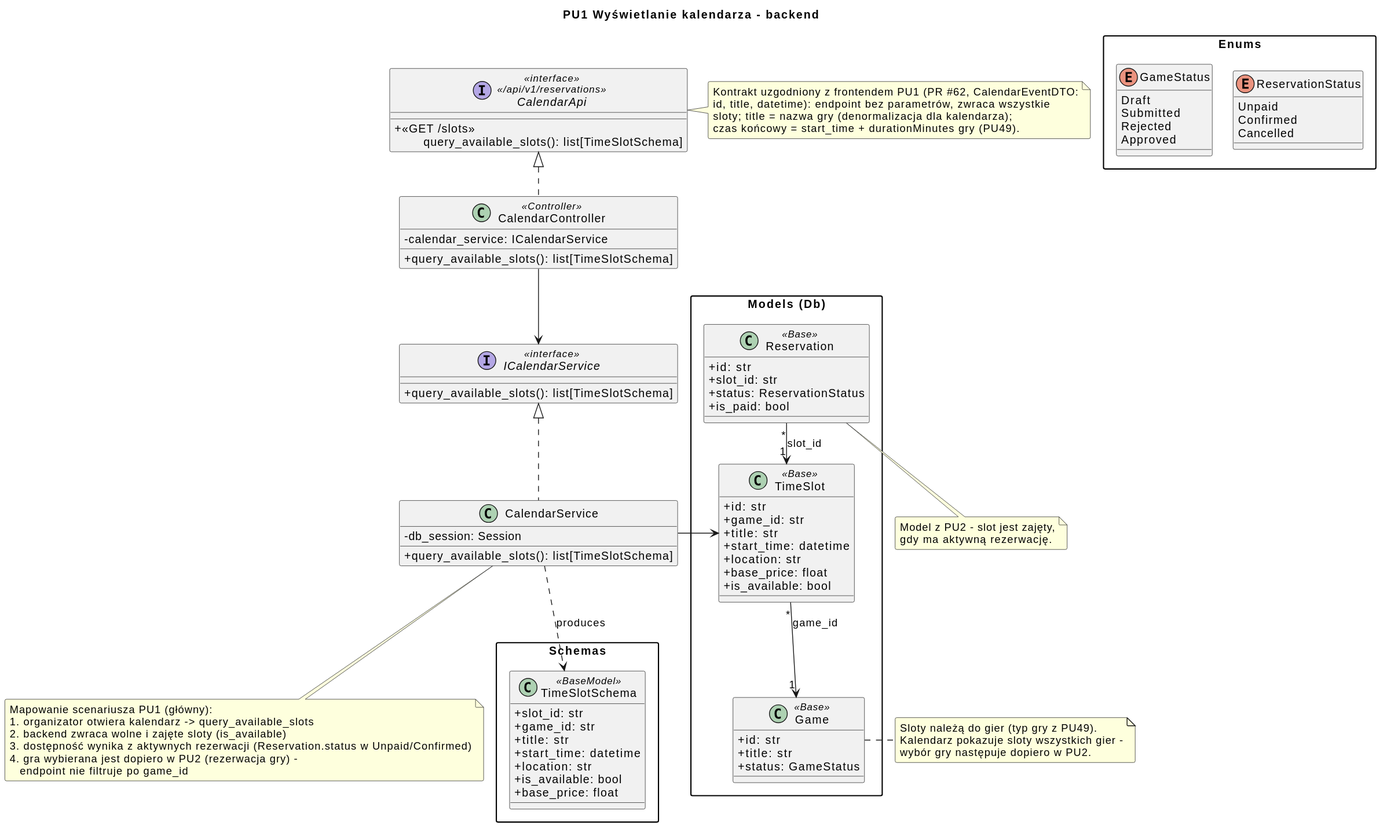
This is diagrams/backend/rendered/calendar.svg from Igor-Ochocki/POP-2026Z, a PlantUML export, as it was before one commit.
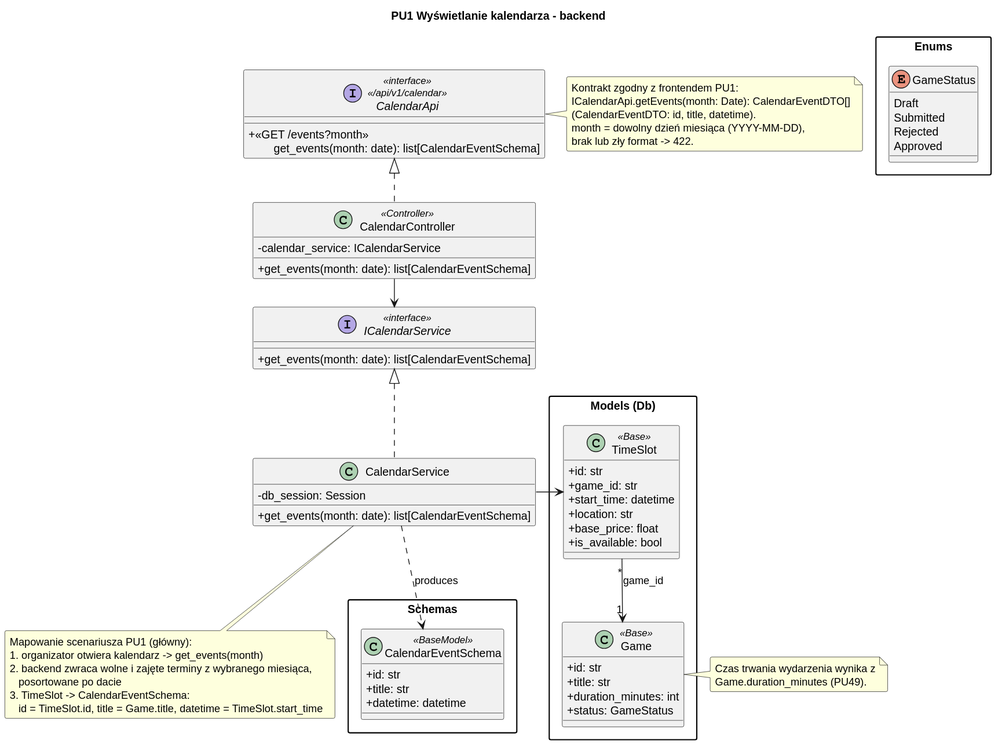
After the change.

Commit message:
Backend PU1: GET /calendar/events?month zgodny z ICalendarApi frontendu

Diff of the diagram source:
```diff
@@ -9,33 +9,29 @@
 
 title PU1 Wyświetlanie kalendarza - backend
 
-interface CalendarApi <<interface>>\n<< /api/v1/reservations >> {
-    + <<GET /slots >>\n\tquery_available_slots(): list[TimeSlotSchema]
+interface CalendarApi <<interface>>\n<< /api/v1/calendar >> {
+    + <<GET /events?month >>\n\tget_events(month: date): list[CalendarEventSchema]
 }
 
 class CalendarController <<Controller>> {
     - calendar_service: ICalendarService
-    + query_available_slots(): list[TimeSlotSchema]
+    + get_events(month: date): list[CalendarEventSchema]
 }
 
 interface ICalendarService <<interface>> {
-    + query_available_slots(): list[TimeSlotSchema]
+    + get_events(month: date): list[CalendarEventSchema]
 }
 
 class CalendarService {
     - db_session: Session
-    + query_available_slots(): list[TimeSlotSchema]
+    + get_events(month: date): list[CalendarEventSchema]
 }
 
 package "Schemas" {
-    class TimeSlotSchema <<BaseModel>> {
-        + slot_id: str
-        + game_id: str
+    class CalendarEventSchema <<BaseModel>> {
+        + id: str
         + title: str
-        + start_time: datetime
-        + location: str
-        + is_available: bool
-        + base_price: float
+        + datetime: datetime
     }
 }
 
@@ -43,24 +39,17 @@
     class Game <<Base>> {
         + id: str
         + title: str
+        + duration_minutes: int
         + status: GameStatus
     }
 
     class TimeSlot <<Base>> {
         + id: str
         + game_id: str
-        + title: str
         + start_time: datetime
         + location: str
         + base_price: float
         + is_available: bool
-    }
-
-    class Reservation <<Base>> {
-        + id: str
-        + slot_id: str
-        + status: ReservationStatus
-        + is_paid: bool
     }
 }
 
@@ -71,48 +60,36 @@
         Rejected
         Approved
     }
-
-    enum ReservationStatus {
-        Unpaid
-        Confirmed
-        Cancelled
-    }
 }
 
 CalendarController .up.|> CalendarApi
 CalendarController --> ICalendarService
 
 CalendarService .up.|> ICalendarService
-CalendarService ..> TimeSlotSchema : produces
+CalendarService ..> CalendarEventSchema : produces
 CalendarService -right-> TimeSlot
 
 TimeSlot "*" --> "1" Game : game_id
-Reservation "*" --> "1" TimeSlot : slot_id
 
 note bottom of CalendarService
     Mapowanie scenariusza PU1 (główny):
-    1. organizator otwiera kalendarz -> query_available_slots
-    2. backend zwraca wolne i zajęte sloty (is_available)
-    3. dostępność wynika z aktywnych rezerwacji (Reservation.status w Unpaid/Confirmed)
-    4. gra wybierana jest dopiero w PU2 (rezerwacja gry) -
-       endpoint nie filtruje po game_id
+    1. organizator otwiera kalendarz -> get_events(month)
+    2. backend zwraca wolne i zajęte terminy z wybranego miesiąca,
+       posortowane po dacie
+    3. TimeSlot -> CalendarEventSchema:
+       id = TimeSlot.id, title = Game.title, datetime = TimeSlot.start_time
 end note
 
 note right of CalendarApi
-    Kontrakt uzgodniony z frontendem PU1 (PR #62, CalendarEventDTO:
-    id, title, datetime): endpoint bez parametrów, zwraca wszystkie
-    sloty; title = nazwa gry (denormalizacja dla kalendarza);
-    czas końcowy = start_time + durationMinutes gry (PU49).
+    Kontrakt zgodny z frontendem PU1:
+    ICalendarApi.getEvents(month: Date): CalendarEventDTO[]
+    (CalendarEventDTO: id, title, datetime).
+    month = dowolny dzień miesiąca (YYYY-MM-DD),
+    brak lub zły format -> 422.
 end note
 
 note right of Game
-    Sloty należą do gier (typ gry z PU49).
-    Kalendarz pokazuje sloty wszystkich gier -
-    wybór gry następuje dopiero w PU2.
-end note
-
-note bottom of Reservation
-    Model z PU2 - slot jest zajęty,
-    gdy ma aktywną rezerwację.
+    Czas trwania wydarzenia wynika z
+    Game.duration_minutes (PU49).
 end note
 @enduml
```
